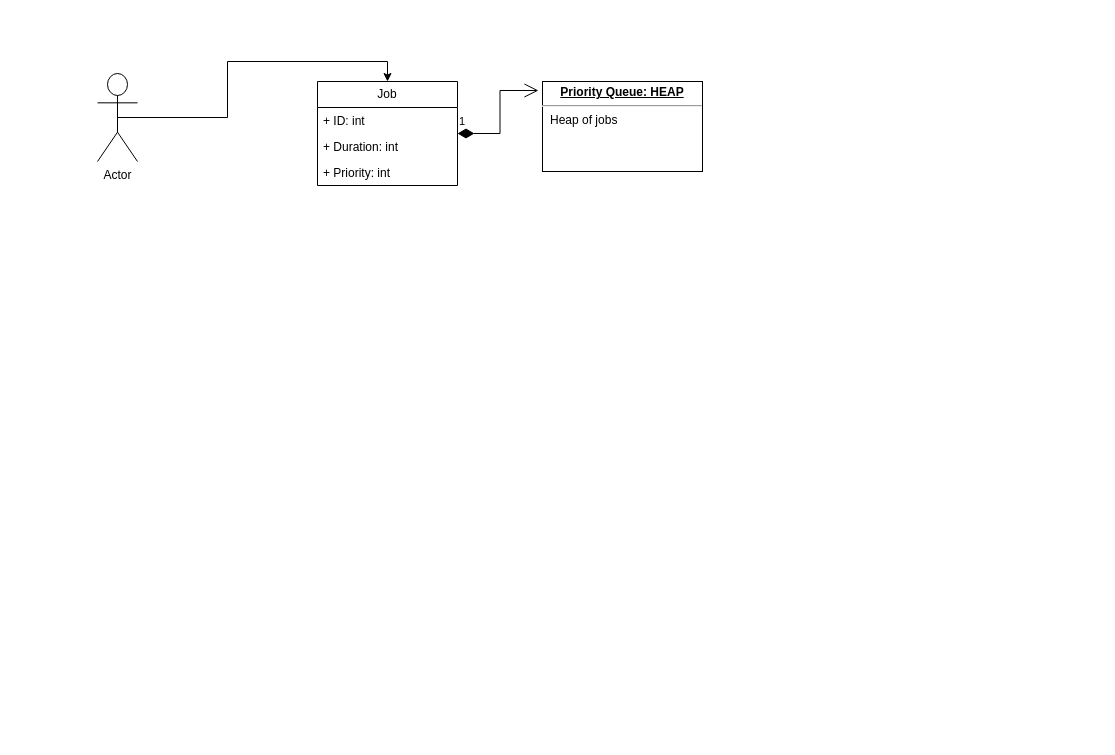
This is Scheduling.drawio from LiamFallon213/University-2021-2022, a draw.io file, before an edit. Source tidied: cells renumbered, new cells numbered last; positions are measured from the earlier drawing's top-left corner, leaving out a move shared by most shapes. Both pictures are drawn from the tidied source at 100%, with x=0, y=0 at pixel (97, 73).
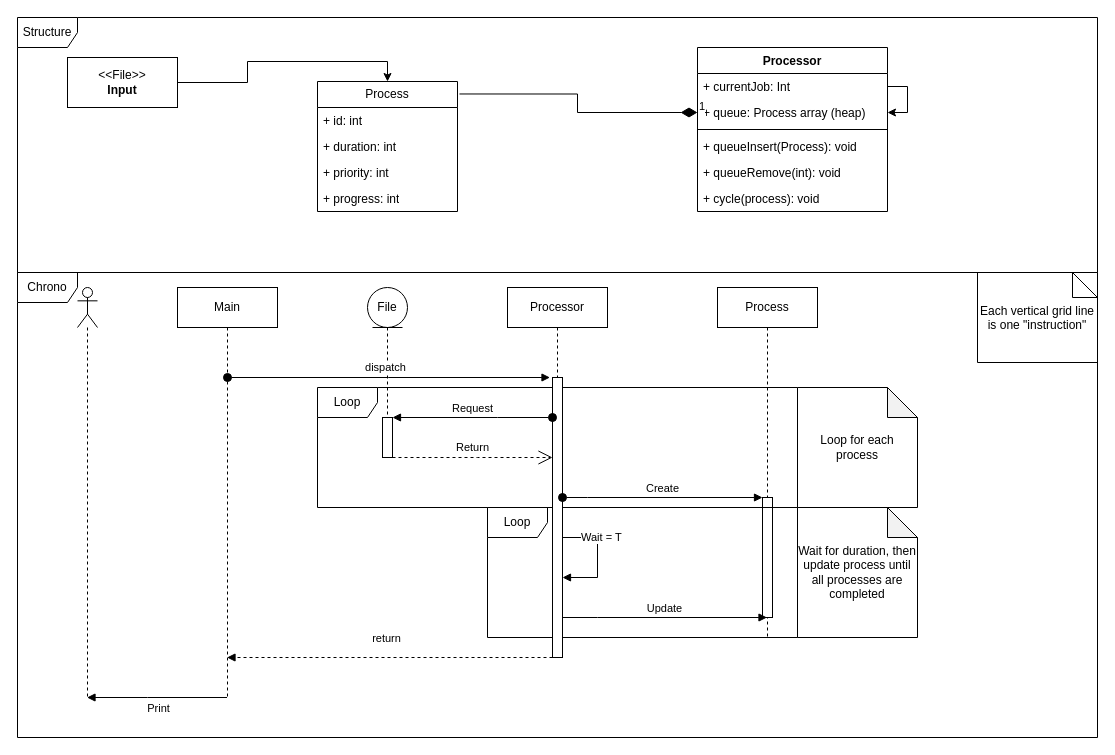
Above is the later version.

What changed in the source:
```diff
@@
+    <mxCell id="10" value="return" style="html=1;verticalAlign=bottom;endArrow=block;edgeStyle=elbowEdgeStyle;elbow=vertical;curved=0;rounded=0;dashed=1;" parent="1" edge="1" source="33" target="23">
+      <mxGeometry x="0.02" y="-10" relative="1" as="geometry">
+        <Array as="points">
+          <mxPoint x="410" y="584" />
+          <mxPoint x="320" y="604" />
+          <mxPoint x="290" y="584" />
+          <mxPoint x="380" y="544" />
+          <mxPoint x="340" y="624" />
+          <mxPoint x="420" y="624" />
+          <mxPoint x="460" y="654" />
+        </Array>
+      </mxGeometry>
+    </mxCell>
-    <mxCell id="2" value="Job" style="swimlane;fontStyle=0;horizontal=1;startSize=26;fillColor=none;whiteSpace=wrap;html=1;" parent="1" vertex="1">
-      <mxGeometry x="220" y="8" width="140" height="104" as="geometry" />
+    <mxCell id="2" value="Process" style="swimlane;fontStyle=0;horizontal=1;startSize=26;fillColor=none;whiteSpace=wrap;html=1;" parent="1" vertex="1">
+      <mxGeometry x="220" y="8" width="140" height="130" as="geometry" />
     </mxCell>
-    <mxCell id="3" value="+ ID: int" style="text;strokeColor=none;fillColor=none;align=left;verticalAlign=top;spacingLeft=4;spacingRight=4;overflow=hidden;whiteSpace=wrap;html=1;" parent="2" vertex="1">
+    <mxCell id="3" value="+ id: int" style="text;strokeColor=none;fillColor=none;align=left;verticalAlign=top;spacingLeft=4;spacingRight=4;overflow=hidden;whiteSpace=wrap;html=1;" parent="2" vertex="1">
       <mxGeometry y="26" width="140" height="26" as="geometry" />
     </mxCell>
-    <mxCell id="4" value="+ Duration: int" style="text;strokeColor=none;fillColor=none;align=left;verticalAlign=top;spacingLeft=4;spacingRight=4;overflow=hidden;whiteSpace=wrap;html=1;" parent="2" vertex="1">
+    <mxCell id="4" value="+ duration: int" style="text;strokeColor=none;fillColor=none;align=left;verticalAlign=top;spacingLeft=4;spacingRight=4;overflow=hidden;whiteSpace=wrap;html=1;" parent="2" vertex="1">
       <mxGeometry y="52" width="140" height="26" as="geometry" />
     </mxCell>
-    <mxCell id="5" value="+ Priority: int" style="text;strokeColor=none;fillColor=none;align=left;verticalAlign=top;spacingLeft=4;spacingRight=4;overflow=hidden;whiteSpace=wrap;html=1;" parent="2" vertex="1">
+    <mxCell id="5" value="+ priority: int" style="text;strokeColor=none;fillColor=none;align=left;verticalAlign=top;spacingLeft=4;spacingRight=4;overflow=hidden;whiteSpace=wrap;html=1;" parent="2" vertex="1">
       <mxGeometry y="78" width="140" height="26" as="geometry" />
     </mxCell>
-    <mxCell id="6" value="&lt;p style=&quot;margin:0px;margin-top:4px;text-align:center;text-decoration:underline;&quot;&gt;&lt;b&gt;Priority Queue: HEAP&lt;br&gt;&lt;/b&gt;&lt;/p&gt;&lt;hr&gt;&lt;p style=&quot;margin:0px;margin-left:8px;&quot;&gt;Heap of jobs&lt;br&gt;&lt;/p&gt;" style="verticalAlign=top;align=left;overflow=fill;fontSize=12;fontFamily=Helvetica;html=1;whiteSpace=wrap;" parent="1" vertex="1">
-      <mxGeometry x="445" y="8" width="160" height="90" as="geometry" />
-    </mxCell>
+    <mxCell id="11" value="+ progress: int" style="text;strokeColor=none;fillColor=none;align=left;verticalAlign=top;spacingLeft=4;spacingRight=4;overflow=hidden;whiteSpace=wrap;html=1;" parent="2" vertex="1">
+      <mxGeometry y="104" width="140" height="26" as="geometry" />
+    </mxCell>
+    <mxCell id="8" style="edgeStyle=orthogonalEdgeStyle;rounded=0;jettySize=auto;html=1;exitX=1;exitY=0.5;exitDx=0;exitDy=0;entryX=0.5;entryY=0;entryDx=0;entryDy=0;" parent="1" edge="1" source="20" target="2">
+      <mxGeometry relative="1" as="geometry" />
+    </mxCell>
+    <mxCell id="12" value="Processor" style="swimlane;fontStyle=1;align=center;verticalAlign=top;horizontal=1;startSize=26;whiteSpace=wrap;html=1;" parent="1" vertex="1">
+      <mxGeometry x="600" y="-26" width="190" height="164" as="geometry" />
+    </mxCell>
+    <mxCell id="13" style="edgeStyle=orthogonalEdgeStyle;rounded=0;jettySize=auto;html=1;exitX=1;exitY=0.5;exitDx=0;exitDy=0;" parent="12" edge="1" source="14" target="15">
+      <mxGeometry relative="1" as="geometry" />
+    </mxCell>
+    <mxCell id="14" value="+ currentJob: Int" style="text;strokeColor=none;fillColor=none;align=left;verticalAlign=top;spacingLeft=4;spacingRight=4;overflow=hidden;points=[[0,0.5],[1,0.5]];portConstraint=eastwest;whiteSpace=wrap;html=1;" parent="12" vertex="1">
+      <mxGeometry y="26" width="190" height="26" as="geometry" />
+    </mxCell>
+    <mxCell id="15" value="+ queue: Process array (heap)" style="text;strokeColor=none;fillColor=none;align=left;verticalAlign=top;spacingLeft=4;spacingRight=4;overflow=hidden;points=[[0,0.5],[1,0.5]];portConstraint=eastwest;whiteSpace=wrap;html=1;fontStyle=0;" parent="12" vertex="1">
+      <mxGeometry y="52" width="190" height="26" as="geometry" />
+    </mxCell>
+    <mxCell id="16" style="line;strokeWidth=1;fillColor=none;align=left;verticalAlign=middle;spacingTop=-1;spacingLeft=3;spacingRight=3;labelPosition=right;strokeColor=inherit;" parent="12" vertex="1">
+      <mxGeometry y="78" width="190" height="8" as="geometry" />
+    </mxCell>
+    <mxCell id="17" value="+ queueInsert(Process): void" style="text;strokeColor=none;fillColor=none;align=left;verticalAlign=top;spacingLeft=4;spacingRight=4;overflow=hidden;whiteSpace=wrap;html=1;" parent="12" vertex="1">
+      <mxGeometry y="86" width="190" height="26" as="geometry" />
+    </mxCell>
+    <mxCell id="18" value="+ queueRemove(int): void" style="text;strokeColor=none;fillColor=none;align=left;verticalAlign=top;spacingLeft=4;spacingRight=4;overflow=hidden;whiteSpace=wrap;html=1;" parent="12" vertex="1">
+      <mxGeometry y="112" width="190" height="26" as="geometry" />
+    </mxCell>
+    <mxCell id="19" value="+ cycle(process): void" style="text;strokeColor=none;fillColor=none;align=left;verticalAlign=top;spacingLeft=4;spacingRight=4;overflow=hidden;whiteSpace=wrap;html=1;" parent="12" vertex="1">
+      <mxGeometry y="138" width="190" height="26" as="geometry" />
+    </mxCell>
-    <mxCell id="7" value="1" style="endArrow=open;html=1;endSize=12;startArrow=diamondThin;startSize=14;startFill=1;edgeStyle=orthogonalEdgeStyle;align=left;verticalAlign=bottom;rounded=0;exitX=1;exitY=0.5;exitDx=0;exitDy=0;entryX=-0.025;entryY=0.1;entryDx=0;entryDy=0;entryPerimeter=0;" parent="1" edge="1" source="2" target="6">
+    <mxCell id="7" value="1" style="endArrow=none;html=1;endSize=12;startArrow=diamondThin;startSize=14;startFill=1;edgeStyle=orthogonalEdgeStyle;align=left;verticalAlign=bottom;rounded=0;exitX=0;exitY=0.5;exitDx=0;exitDy=0;entryX=1.014;entryY=0.096;entryDx=0;entryDy=0;entryPerimeter=0;endFill=0;strokeWidth=1;" parent="1" edge="1" source="15" target="2">
       <mxGeometry x="-1" y="3" relative="1" as="geometry" />
     </mxCell>
-    <mxCell id="8" style="edgeStyle=orthogonalEdgeStyle;rounded=0;jettySize=auto;html=1;exitX=0.5;exitY=0.5;exitDx=0;exitDy=0;exitPerimeter=0;entryX=0.5;entryY=0;entryDx=0;entryDy=0;" parent="1" edge="1" source="9" target="2">
-      <mxGeometry relative="1" as="geometry" />
-    </mxCell>
-    <mxCell id="9" value="Actor" style="shape=umlActor;verticalLabelPosition=bottom;verticalAlign=top;html=1;" parent="1" vertex="1">
-      <mxGeometry width="40" height="88" as="geometry" />
-    </mxCell>
+    <mxCell id="20" value="&lt;div&gt;&amp;lt;&amp;lt;File&amp;gt;&amp;gt;&lt;br&gt;&lt;b&gt;Input&lt;/b&gt;&lt;br&gt;&lt;/div&gt;" style="html=1;whiteSpace=wrap;" parent="1" vertex="1">
+      <mxGeometry x="-30" y="-16" width="110" height="50" as="geometry" />
+    </mxCell>
+    <mxCell id="21" value="File" style="shape=umlLifeline;perimeter=lifelinePerimeter;whiteSpace=wrap;html=1;newEdgeStyle={&quot;edgeStyle&quot;:&quot;elbowEdgeStyle&quot;,&quot;elbow&quot;:&quot;vertical&quot;,&quot;curved&quot;:0,&quot;rounded&quot;:0};participant=umlEntity;" parent="1" vertex="1">
+      <mxGeometry x="270" y="214" width="40" height="170" as="geometry" />
+    </mxCell>
+    <mxCell id="22" style="html=1;points=[];perimeter=orthogonalPerimeter;outlineConnect=0;targetShapes=umlLifeline;portConstraint=eastwest;newEdgeStyle={&quot;edgeStyle&quot;:&quot;elbowEdgeStyle&quot;,&quot;elbow&quot;:&quot;vertical&quot;,&quot;curved&quot;:0,&quot;rounded&quot;:0};" parent="21" vertex="1">
+      <mxGeometry x="15" y="130" width="10" height="40" as="geometry" />
+    </mxCell>
+    <mxCell id="23" value="Main" style="shape=umlLifeline;perimeter=lifelinePerimeter;whiteSpace=wrap;html=1;outlineConnect=0;portConstraint=eastwest;newEdgeStyle={&quot;edgeStyle&quot;:&quot;elbowEdgeStyle&quot;,&quot;elbow&quot;:&quot;vertical&quot;,&quot;curved&quot;:0,&quot;rounded&quot;:0};" parent="1" vertex="1">
+      <mxGeometry x="80" y="214" width="100" height="410" as="geometry" />
+    </mxCell>
+    <mxCell id="24" value="Process" style="shape=umlLifeline;perimeter=lifelinePerimeter;whiteSpace=wrap;html=1;outlineConnect=0;portConstraint=eastwest;newEdgeStyle={&quot;edgeStyle&quot;:&quot;elbowEdgeStyle&quot;,&quot;elbow&quot;:&quot;vertical&quot;,&quot;curved&quot;:0,&quot;rounded&quot;:0};" parent="1" vertex="1">
+      <mxGeometry x="620" y="214" width="100" height="350" as="geometry" />
+    </mxCell>
+    <mxCell id="25" style="html=1;points=[];perimeter=orthogonalPerimeter;outlineConnect=0;targetShapes=umlLifeline;portConstraint=eastwest;newEdgeStyle={&quot;edgeStyle&quot;:&quot;elbowEdgeStyle&quot;,&quot;elbow&quot;:&quot;vertical&quot;,&quot;curved&quot;:0,&quot;rounded&quot;:0};" parent="24" vertex="1">
+      <mxGeometry x="45" y="210" width="10" height="120" as="geometry" />
+    </mxCell>
+    <mxCell id="26" value="Processor" style="shape=umlLifeline;perimeter=lifelinePerimeter;whiteSpace=wrap;html=1;newEdgeStyle={&quot;edgeStyle&quot;:&quot;elbowEdgeStyle&quot;,&quot;elbow&quot;:&quot;vertical&quot;,&quot;curved&quot;:0,&quot;rounded&quot;:0};" parent="1" vertex="1">
+      <mxGeometry x="410" y="214" width="100" height="330" as="geometry" />
+    </mxCell>
+    <mxCell id="27" value="Wait = T" style="html=1;align=left;spacingLeft=2;endArrow=block;rounded=0;edgeStyle=orthogonalEdgeStyle;curved=0;rounded=0;" parent="26" edge="1">
+      <mxGeometry relative="1" as="geometry">
+        <mxPoint x="55" y="330" as="sourcePoint" />
+        <mxPoint x="55" y="290" as="targetPoint" />
+        <Array as="points">
+          <mxPoint x="55" y="250" />
+          <mxPoint x="90" y="250" />
+          <mxPoint x="90" y="290" />
+        </Array>
+      </mxGeometry>
+    </mxCell>
+    <mxCell id="28" value="dispatch" style="html=1;verticalAlign=bottom;startArrow=oval;endArrow=block;startSize=8;edgeStyle=elbowEdgeStyle;elbow=vertical;curved=0;rounded=0;" parent="1" edge="1">
+      <mxGeometry x="-0.02" y="1" relative="1" as="geometry">
+        <mxPoint x="130" y="304" as="sourcePoint" />
+        <mxPoint x="452.5" y="304" as="targetPoint" />
+      </mxGeometry>
+    </mxCell>
+    <mxCell id="29" value="Return" style="endArrow=open;endSize=12;dashed=1;html=1;rounded=0;" parent="1" edge="1" source="22" target="33">
+      <mxGeometry y="10" relative="1" as="geometry">
+        <Array as="points">
+          <mxPoint x="380" y="384" />
+        </Array>
+      </mxGeometry>
+    </mxCell>
+    <mxCell id="30" value="Loop " style="shape=umlFrame;whiteSpace=wrap;html=1;" parent="1" vertex="1">
+      <mxGeometry x="220" y="314" width="480" height="120" as="geometry" />
+    </mxCell>
+    <mxCell id="31" value="Update" style="html=1;verticalAlign=bottom;endArrow=block;edgeStyle=elbowEdgeStyle;elbow=vertical;curved=0;rounded=0;" parent="1" edge="1" target="24">
+      <mxGeometry relative="1" as="geometry">
+        <mxPoint x="465" y="544" as="sourcePoint" />
+        <Array as="points">
+          <mxPoint x="500" y="544" />
+          <mxPoint x="520" y="584" />
+          <mxPoint x="540" y="624" />
+          <mxPoint x="480" y="654" />
+        </Array>
+      </mxGeometry>
+    </mxCell>
+    <mxCell id="32" value="Loop" style="shape=umlFrame;whiteSpace=wrap;html=1;" parent="1" vertex="1">
+      <mxGeometry x="390" y="434" width="310" height="130" as="geometry" />
+    </mxCell>
+    <mxCell id="33" style="html=1;points=[];perimeter=orthogonalPerimeter;outlineConnect=0;targetShapes=umlLifeline;portConstraint=eastwest;newEdgeStyle={&quot;edgeStyle&quot;:&quot;elbowEdgeStyle&quot;,&quot;elbow&quot;:&quot;vertical&quot;,&quot;curved&quot;:0,&quot;rounded&quot;:0};" parent="1" vertex="1">
+      <mxGeometry x="455" y="304" width="10" height="280" as="geometry" />
+    </mxCell>
+    <mxCell id="34" value="Request" style="html=1;verticalAlign=bottom;startArrow=oval;endArrow=block;startSize=8;edgeStyle=elbowEdgeStyle;elbow=vertical;curved=0;rounded=0;" parent="1" edge="1" source="33" target="22">
+      <mxGeometry relative="1" as="geometry">
+        <Array as="points">
+          <mxPoint x="400" y="344" />
+          <mxPoint x="340" y="334" />
+          <mxPoint x="410" y="324" />
+        </Array>
+      </mxGeometry>
+    </mxCell>
+    <mxCell id="35" value="Create" style="html=1;verticalAlign=bottom;startArrow=oval;endArrow=block;startSize=8;edgeStyle=elbowEdgeStyle;elbow=vertical;curved=0;rounded=0;" parent="1" edge="1" source="33" target="25">
+      <mxGeometry relative="1" as="geometry">
+        <Array as="points">
+          <mxPoint x="490" y="424" />
+          <mxPoint x="600" y="464" />
+          <mxPoint x="480" y="454" />
+          <mxPoint x="600" y="424" />
+        </Array>
+      </mxGeometry>
+    </mxCell>
+    <mxCell id="36" value="Print" style="html=1;verticalAlign=bottom;endArrow=block;edgeStyle=elbowEdgeStyle;elbow=vertical;curved=0;rounded=0;" parent="1" edge="1" source="23" target="37">
+      <mxGeometry x="-0.01" y="20" relative="1" as="geometry">
+        <Array as="points">
+          <mxPoint x="50" y="624" />
+          <mxPoint x="120" y="614" />
+          <mxPoint x="30" y="584" />
+          <mxPoint x="-10" y="584" />
+          <mxPoint x="110" y="594" />
+          <mxPoint x="110" y="584" />
+        </Array>
+      </mxGeometry>
+    </mxCell>
+    <mxCell id="37" style="shape=umlLifeline;perimeter=lifelinePerimeter;whiteSpace=wrap;html=1;outlineConnect=0;portConstraint=eastwest;newEdgeStyle={&quot;edgeStyle&quot;:&quot;elbowEdgeStyle&quot;,&quot;elbow&quot;:&quot;vertical&quot;,&quot;curved&quot;:0,&quot;rounded&quot;:0};participant=umlActor;rounded=0;" parent="1" vertex="1">
+      <mxGeometry x="-20" y="214" width="20" height="410" as="geometry" />
+    </mxCell>
+    <mxCell id="38" value="Each vertical grid line is one &quot;instruction&quot;" style="shape=note2;boundedLbl=1;whiteSpace=wrap;html=1;size=25;verticalAlign=top;align=center;" parent="1" vertex="1">
+      <mxGeometry x="880" y="199" width="120" height="90" as="geometry" />
+    </mxCell>
+    <mxCell id="39" value="Chrono" style="shape=umlFrame;whiteSpace=wrap;html=1;" parent="1" vertex="1">
+      <mxGeometry x="-80" y="199" width="1080" height="465" as="geometry" />
+    </mxCell>
+    <mxCell id="40" value="Structure" style="shape=umlFrame;whiteSpace=wrap;html=1;" parent="1" vertex="1">
+      <mxGeometry x="-80" y="-56" width="1080" height="255" as="geometry" />
+    </mxCell>
+    <mxCell id="41" value="Loop for each process" style="shape=note;whiteSpace=wrap;html=1;backgroundOutline=1;darkOpacity=0.05;" parent="1" vertex="1">
+      <mxGeometry x="700" y="314" width="120" height="120" as="geometry" />
+    </mxCell>
+    <mxCell id="42" value="&lt;div&gt;Wait for duration, then update process until all processes are completed&lt;br&gt;&lt;/div&gt;" style="shape=note;whiteSpace=wrap;html=1;backgroundOutline=1;darkOpacity=0.05;" parent="1" vertex="1">
+      <mxGeometry x="700" y="434" width="120" height="130" as="geometry" />
+    </mxCell>
```
